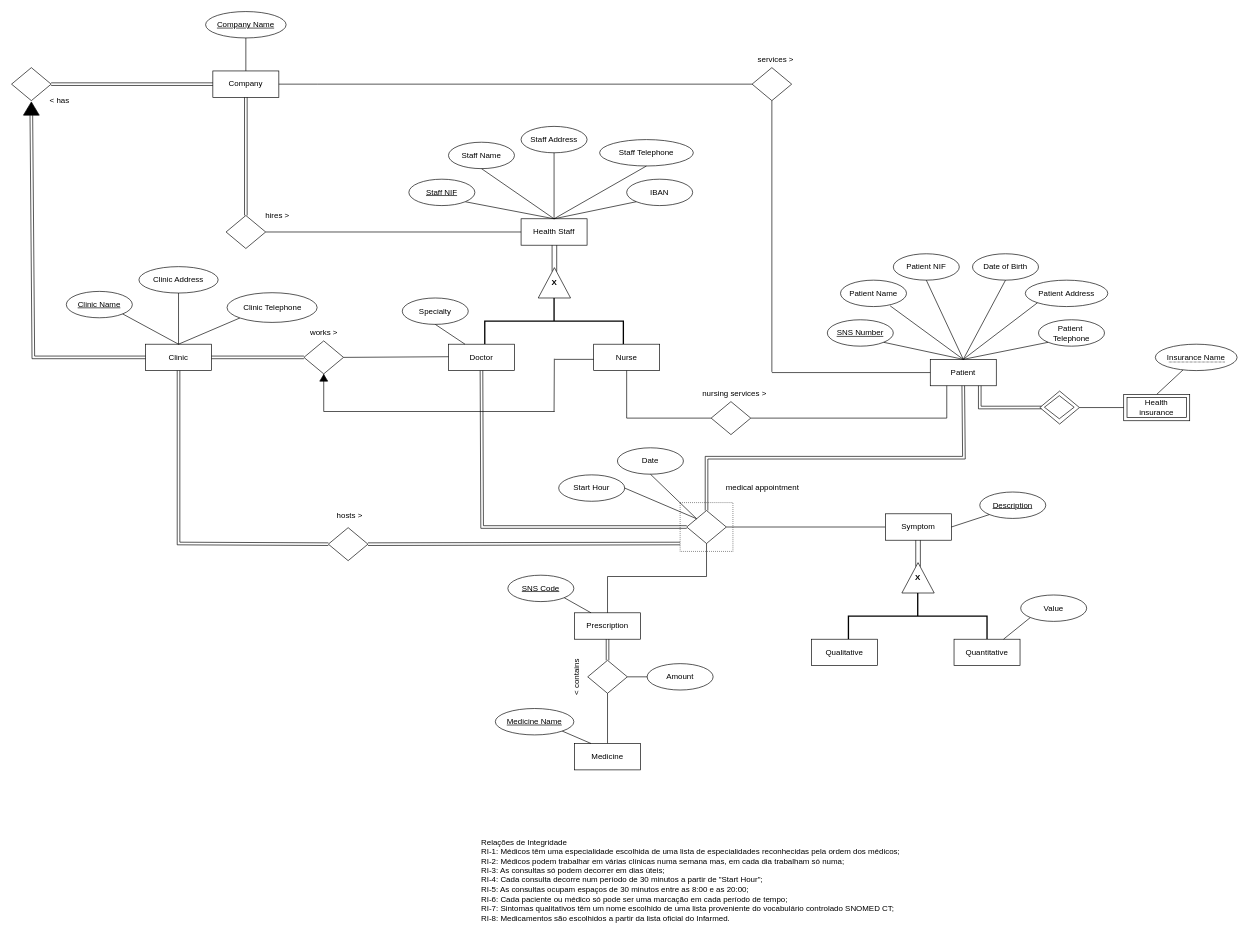
The draw.io diagram Proj.drawio in mariana-marcal-santana/BD.Health-DB-Manager, before the edit. Source tidied: cells renumbered, new cells numbered last; positions are measured from the earlier drawing's top-left corner, leaving out a move shared by most shapes. Both pictures are drawn from the tidied source at 66%, with x=0, y=0 at pixel (11, 11).
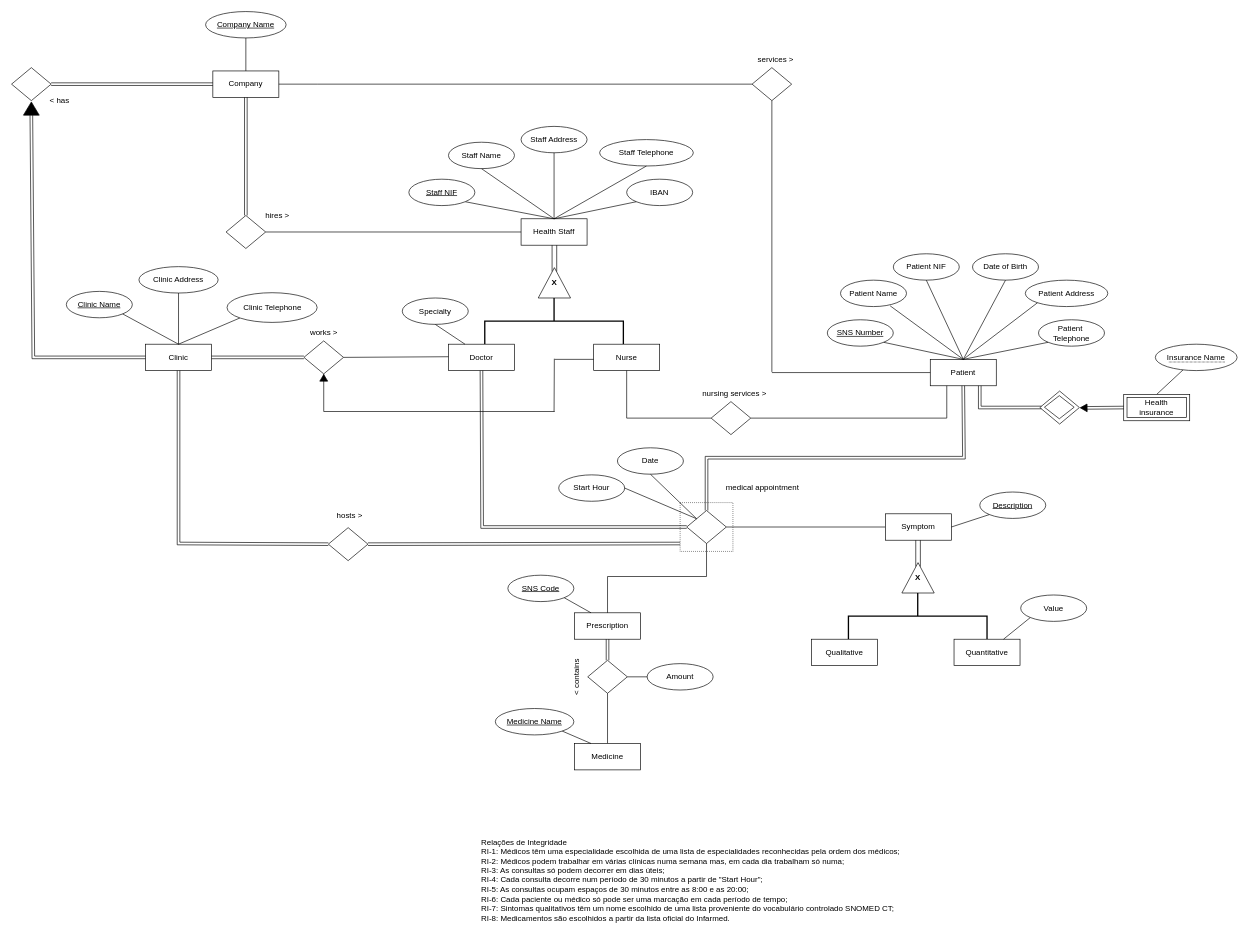
Above is the later version.

The change refers to these unchanged cells:
```xml
<mxCell id="44" value="Health insurance" style="shape=ext;margin=3;double=1;whiteSpace=wrap;html=1;align=center;" parent="1" vertex="1">
  <mxGeometry x="1685.1" y="580" width="100" height="40" as="geometry" />
</mxCell>
<mxCell id="87" style="shape=rhombus;html=1;dashed=0;whiteSpace=wrap;perimeter=rhombusPerimeter;" parent="1" vertex="1">
  <mxGeometry x="1558" y="575" width="60" height="50" as="geometry" />
</mxCell>
```

Diff of the diagram source:
```diff
@@
-    <mxCell id="89" style="endArrow=none;html=1;rounded=0;exitX=1;exitY=0.5;exitDx=0;exitDy=0;entryX=0;entryY=0.5;entryDx=0;entryDy=0;" parent="1" edge="1" source="87" target="44">
-      <mxGeometry relative="1" as="geometry" />
-    </mxCell>
@@
+    <mxCell id="128" style="shape=link;html=1;rounded=0;entryX=0;entryY=0.5;entryDx=0;entryDy=0;exitX=0.5;exitY=1;exitDx=0;exitDy=0;" parent="1" edge="1" source="129" target="44">
+      <mxGeometry relative="1" as="geometry" />
+    </mxCell>
+    <mxCell id="129" style="triangle;whiteSpace=wrap;html=1;rotation=-60;fillColor=#000000;" parent="1" vertex="1">
+      <mxGeometry x="1622" y="593" width="10" height="12" as="geometry" />
+    </mxCell>
```
